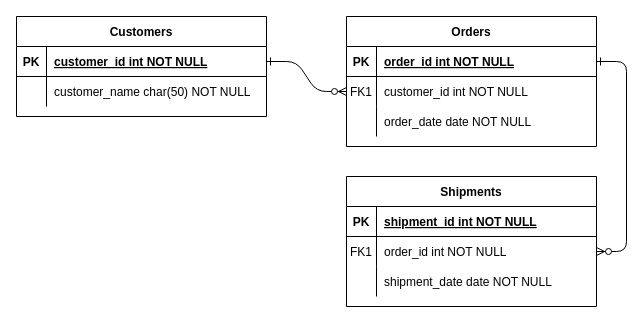
Above: Untitled Diagram.drawio in pamcez/databases (draw.io), before the change. Source tidied: cells renumbered, new cells numbered last; positions are measured from the earlier drawing's top-left corner, leaving out a move shared by most shapes. Both pictures are drawn from the tidied source at 100%, with x=0, y=0 at pixel (16, 16).
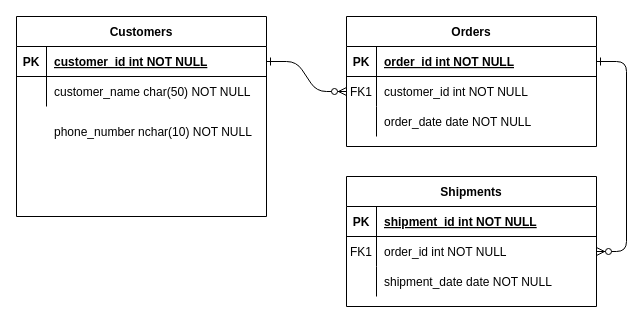
After the change.

The edit, as a diff of the source:
```diff
@@
     <mxCell id="24" value="Customers" style="shape=table;startSize=30;childLayout=tableLayout;rowLines=0;fontStyle=1;align=center;" parent="1" vertex="1">
-      <mxGeometry width="250" height="100" as="geometry" />
+      <mxGeometry width="250" height="200" as="geometry" />
     </mxCell>
@@
+    <mxCell id="31" value="phone_number nchar(10) NOT NULL" style="shape=partialRectangle;overflow=hidden;fillColor=none;top=0;left=0;bottom=0;right=0;align=left;spacingLeft=6;" parent="1" vertex="1">
+      <mxGeometry x="30" y="100" width="220" height="30" as="geometry" />
+    </mxCell>
```
